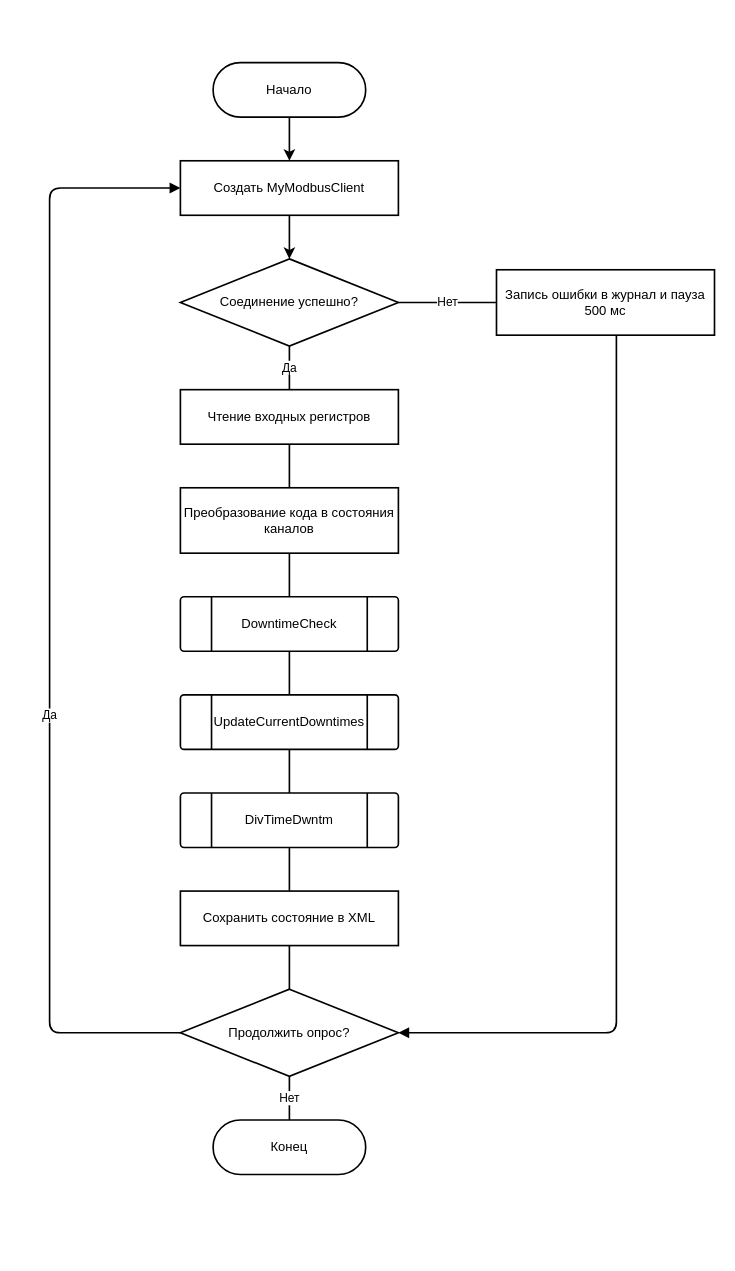
KhasanovAMdev/MyDiagrams keeps this draw.io diagram as page "Page-2" (2 of 5) of diagrams/Untitled Diagram.drawio. Above is the earlier version. Source tidied: cells renumbered, new cells numbered last; positions are measured from the earlier drawing's top-left corner, leaving out a move shared by most shapes. Both pictures are drawn from the tidied source at 109%, with x=0, y=0 at pixel (49, 62).
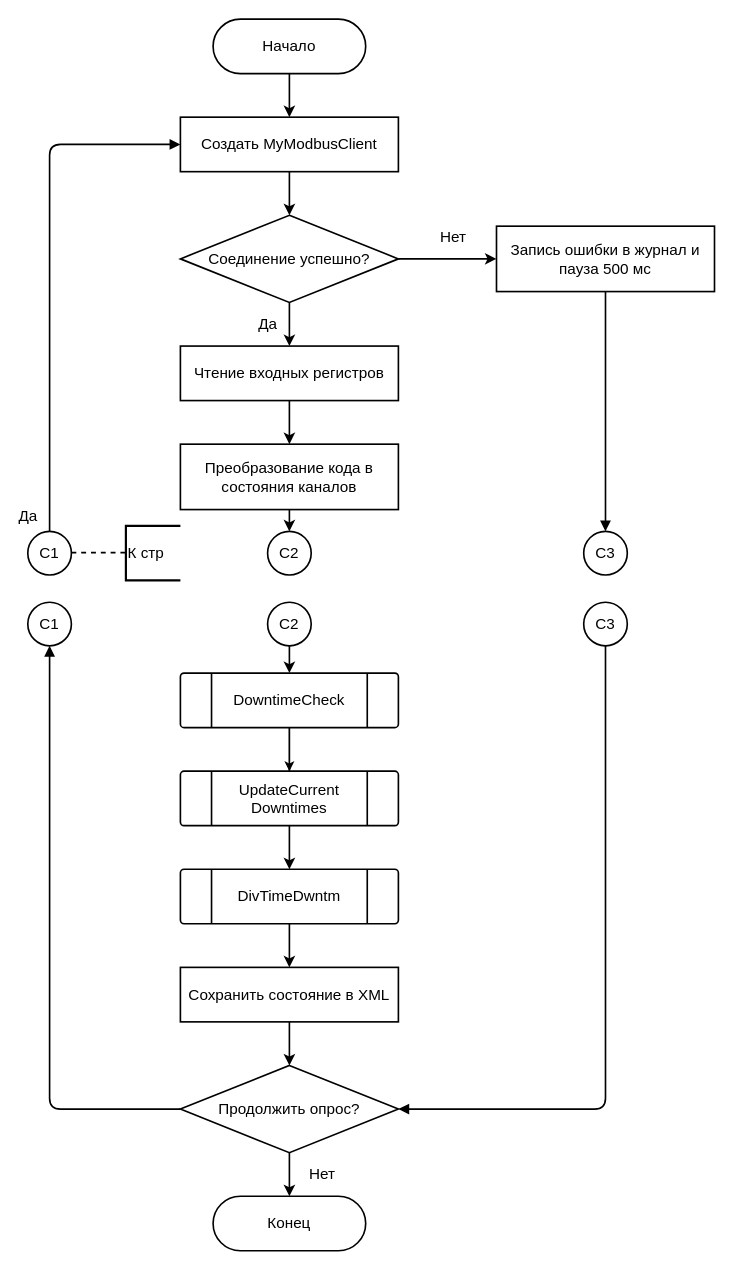
The same page after the edit.

The edit, as a diff of the source:
```diff
@@
-    <mxCell id="2" value="Начало" style="rounded=1;whiteSpace=wrap;html=1;arcSize=50;fillColor=#ffffff;strokeColor=#000000;strokeWidth=1.5;" parent="1" vertex="1">
-      <mxGeometry x="150" width="140" height="50" as="geometry" />
+    <mxCell id="2" value="Начало" style="rounded=1;whiteSpace=wrap;html=1;arcSize=50;fillColor=#ffffff;strokeColor=#000000;strokeWidth=1.5;fontSize=14;" parent="1" vertex="1">
+      <mxGeometry x="150" y="-40" width="140" height="50" as="geometry" />
     </mxCell>
-    <mxCell id="3" value="Создать MyModbusClient" style="rounded=0;whiteSpace=wrap;html=1;fillColor=#ffffff;strokeColor=#000000;strokeWidth=1.5;" parent="1" vertex="1">
-      <mxGeometry x="120" y="90" width="200" height="50" as="geometry" />
+    <mxCell id="3" value="Создать MyModbusClient" style="rounded=0;whiteSpace=wrap;html=1;fillColor=#ffffff;strokeColor=#000000;strokeWidth=1.5;fontSize=14;" parent="1" vertex="1">
+      <mxGeometry x="120" y="50" width="200" height="50" as="geometry" />
     </mxCell>
-    <mxCell id="4" value="Соединение успешно?" style="rhombus;whiteSpace=wrap;html=1;fillColor=#ffffff;strokeColor=#000000;strokeWidth=1.5;" parent="1" vertex="1">
-      <mxGeometry x="120" y="180" width="200" height="80" as="geometry" />
+    <mxCell id="4" value="Соединение успешно?" style="rhombus;whiteSpace=wrap;html=1;fillColor=#ffffff;strokeColor=#000000;strokeWidth=1.5;fontSize=14;" parent="1" vertex="1">
+      <mxGeometry x="120" y="140" width="200" height="80" as="geometry" />
     </mxCell>
-    <mxCell id="5" value="Чтение входных регистров" style="rounded=0;whiteSpace=wrap;html=1;fillColor=#ffffff;strokeColor=#000000;strokeWidth=1.5;" parent="1" vertex="1">
-      <mxGeometry x="120" y="300" width="200" height="50" as="geometry" />
+    <mxCell id="5" value="Чтение входных регистров" style="rounded=0;whiteSpace=wrap;html=1;fillColor=#ffffff;strokeColor=#000000;strokeWidth=1.5;fontSize=14;" parent="1" vertex="1">
+      <mxGeometry x="120" y="260" width="200" height="50" as="geometry" />
     </mxCell>
-    <mxCell id="6" value="Преобразование кода в состояния каналов" style="rounded=0;whiteSpace=wrap;html=1;fillColor=#ffffff;strokeColor=#000000;strokeWidth=1.5;" parent="1" vertex="1">
-      <mxGeometry x="120" y="390" width="200" height="60" as="geometry" />
+    <mxCell id="6" value="Преобразование кода в состояния каналов" style="rounded=0;whiteSpace=wrap;html=1;fillColor=#ffffff;strokeColor=#000000;strokeWidth=1.5;fontSize=14;" parent="1" vertex="1">
+      <mxGeometry x="120" y="350" width="200" height="60" as="geometry" />
     </mxCell>
+    <mxCell id="27" style="edgeStyle=orthogonalEdgeStyle;rounded=0;jettySize=auto;html=1;" parent="1" edge="1" source="7" target="8">
+      <mxGeometry relative="1" as="geometry" />
+    </mxCell>
-    <mxCell id="7" value="DowntimeCheck" style="shape=mxgraph.flowchart.predefined_process;whiteSpace=wrap;html=1;fillColor=#ffffff;strokeColor=#000000;strokeWidth=1.5;" parent="1" vertex="1">
-      <mxGeometry x="120" y="490" width="200" height="50" as="geometry" />
+    <mxCell id="7" value="DowntimeCheck" style="shape=mxgraph.flowchart.predefined_process;whiteSpace=wrap;html=1;fillColor=#ffffff;strokeColor=#000000;strokeWidth=1.5;fontSize=14;" parent="1" vertex="1">
+      <mxGeometry x="120" y="560" width="200" height="50" as="geometry" />
     </mxCell>
-    <mxCell id="8" value="UpdateCurrentDowntimes" style="shape=mxgraph.flowchart.predefined_process;whiteSpace=wrap;html=1;fillColor=#ffffff;strokeColor=#000000;strokeWidth=1.5;" parent="1" vertex="1">
-      <mxGeometry x="120" y="580" width="200" height="50" as="geometry" />
+    <mxCell id="8" value="UpdateCurrent&lt;div&gt;Downtimes&lt;/div&gt;" style="shape=mxgraph.flowchart.predefined_process;whiteSpace=wrap;html=1;fillColor=#ffffff;strokeColor=#000000;strokeWidth=1.5;fontSize=14;" parent="1" vertex="1">
+      <mxGeometry x="120" y="650" width="200" height="50" as="geometry" />
     </mxCell>
-    <mxCell id="9" value="DivTimeDwntm" style="shape=mxgraph.flowchart.predefined_process;whiteSpace=wrap;html=1;fillColor=#ffffff;strokeColor=#000000;strokeWidth=1.5;" parent="1" vertex="1">
-      <mxGeometry x="120" y="670" width="200" height="50" as="geometry" />
+    <mxCell id="9" value="DivTimeDwntm" style="shape=mxgraph.flowchart.predefined_process;whiteSpace=wrap;html=1;fillColor=#ffffff;strokeColor=#000000;strokeWidth=1.5;fontSize=14;" parent="1" vertex="1">
+      <mxGeometry x="120" y="740" width="200" height="50" as="geometry" />
     </mxCell>
-    <mxCell id="10" value="Сохранить состояние в XML" style="rounded=0;whiteSpace=wrap;html=1;fillColor=#ffffff;strokeColor=#000000;strokeWidth=1.5;" parent="1" vertex="1">
-      <mxGeometry x="120" y="760" width="200" height="50" as="geometry" />
+    <mxCell id="10" value="Сохранить состояние в XML" style="rounded=0;whiteSpace=wrap;html=1;fillColor=#ffffff;strokeColor=#000000;strokeWidth=1.5;fontSize=14;" parent="1" vertex="1">
+      <mxGeometry x="120" y="830" width="200" height="50" as="geometry" />
     </mxCell>
-    <mxCell id="11" value="Продолжить опрос?" style="rhombus;whiteSpace=wrap;html=1;fillColor=#ffffff;strokeColor=#000000;strokeWidth=1.5;" parent="1" vertex="1">
-      <mxGeometry x="120" y="850" width="200" height="80" as="geometry" />
+    <mxCell id="11" value="Продолжить опрос?" style="rhombus;whiteSpace=wrap;html=1;fillColor=#ffffff;strokeColor=#000000;strokeWidth=1.5;fontSize=14;" parent="1" vertex="1">
+      <mxGeometry x="120" y="920" width="200" height="80" as="geometry" />
     </mxCell>
-    <mxCell id="12" value="Конец" style="rounded=1;whiteSpace=wrap;html=1;arcSize=50;fillColor=#ffffff;strokeColor=#000000;strokeWidth=1.5;" parent="1" vertex="1">
-      <mxGeometry x="150" y="970" width="140" height="50" as="geometry" />
+    <mxCell id="12" value="Конец" style="rounded=1;whiteSpace=wrap;html=1;arcSize=50;fillColor=#ffffff;strokeColor=#000000;strokeWidth=1.5;fontSize=14;" parent="1" vertex="1">
+      <mxGeometry x="150" y="1040" width="140" height="50" as="geometry" />
     </mxCell>
-    <mxCell id="13" value="Запись ошибки в журнал и пауза 500 мс" style="rounded=0;whiteSpace=wrap;html=1;fillColor=#ffffff;strokeColor=#000000;strokeWidth=1.5;" parent="1" vertex="1">
-      <mxGeometry x="410" y="190" width="200" height="60" as="geometry" />
+    <mxCell id="13" value="Запись ошибки в журнал и пауза 500 мс" style="rounded=0;whiteSpace=wrap;html=1;fillColor=#ffffff;strokeColor=#000000;strokeWidth=1.5;fontSize=14;" parent="1" vertex="1">
+      <mxGeometry x="410" y="150" width="200" height="60" as="geometry" />
     </mxCell>
-    <mxCell id="14" style="edgeStyle=orthogonalEdgeStyle;html=1;strokeWidth=1.5;endArrow=classic;endFill=1;" parent="1" edge="1" source="2" target="3">
+    <mxCell id="14" style="edgeStyle=orthogonalEdgeStyle;html=1;strokeWidth=1.5;endArrow=classic;endFill=1;fontSize=14;" parent="1" edge="1" source="2" target="3">
       <mxGeometry relative="1" as="geometry" />
     </mxCell>
-    <mxCell id="15" style="edgeStyle=orthogonalEdgeStyle;html=1;strokeWidth=1.5;endArrow=classic;endFill=1;" parent="1" edge="1" source="3" target="4">
+    <mxCell id="15" style="edgeStyle=orthogonalEdgeStyle;html=1;strokeWidth=1.5;endArrow=classic;endFill=1;fontSize=14;" parent="1" edge="1" source="3" target="4">
       <mxGeometry relative="1" as="geometry" />
     </mxCell>
-    <mxCell id="16" value="Да" style="edgeStyle=orthogonalEdgeStyle;html=1;strokeWidth=1.5;endArrow=none;labelBackgroundColor=#ffffff;" parent="1" edge="1" source="4" target="5">
-      <mxGeometry relative="1" as="geometry" />
+    <mxCell id="16" value="Да" style="edgeStyle=orthogonalEdgeStyle;html=1;strokeWidth=1.5;endArrow=classic;labelBackgroundColor=#ffffff;fontSize=14;endFill=1;" parent="1" edge="1" source="4" target="5">
+      <mxGeometry y="-20" relative="1" as="geometry" />
     </mxCell>
-    <mxCell id="17" value="Нет" style="edgeStyle=orthogonalEdgeStyle;html=1;strokeWidth=1.5;endArrow=none;labelBackgroundColor=#ffffff;" parent="1" edge="1" source="4" target="13">
-      <mxGeometry relative="1" as="geometry" />
+    <mxCell id="17" value="Нет" style="edgeStyle=orthogonalEdgeStyle;html=1;strokeWidth=1.5;endArrow=classic;labelBackgroundColor=#ffffff;fontSize=14;endFill=1;" parent="1" edge="1" source="4" target="13">
+      <mxGeometry x="0.11" y="20" relative="1" as="geometry" />
     </mxCell>
-    <mxCell id="18" style="edgeStyle=orthogonalEdgeStyle;html=1;strokeWidth=1.5;endArrow=block;endFill=1;" parent="1" edge="1" source="13" target="11">
-      <mxGeometry relative="1" as="geometry">
+    <mxCell id="18" style="edgeStyle=orthogonalEdgeStyle;html=1;strokeWidth=1.5;endArrow=block;endFill=1;fontSize=14;exitX=0.5;exitY=1;exitDx=0;exitDy=0;" parent="1" edge="1" source="36" target="11">
+      <mxGeometry x="-0.03" relative="1" as="geometry">
         <Array as="points">
-          <mxPoint x="520" y="890" />
+          <mxPoint x="510" y="960" />
         </Array>
       </mxGeometry>
     </mxCell>
-    <mxCell id="19" style="edgeStyle=orthogonalEdgeStyle;html=1;strokeWidth=1.5;endArrow=none;" parent="1" edge="1" source="5" target="6">
+    <mxCell id="19" style="edgeStyle=orthogonalEdgeStyle;html=1;strokeWidth=1.5;endArrow=classic;fontSize=14;endFill=1;" parent="1" edge="1" source="5" target="6">
       <mxGeometry relative="1" as="geometry" />
     </mxCell>
-    <mxCell id="20" style="edgeStyle=orthogonalEdgeStyle;html=1;strokeWidth=1.5;endArrow=none;" parent="1" edge="1" source="6" target="7">
+    <mxCell id="20" style="edgeStyle=orthogonalEdgeStyle;html=1;strokeWidth=1.5;endArrow=classic;fontSize=14;endFill=1;" parent="1" edge="1" source="28" target="7">
       <mxGeometry relative="1" as="geometry" />
     </mxCell>
-    <mxCell id="21" style="edgeStyle=orthogonalEdgeStyle;html=1;strokeWidth=1.5;endArrow=none;" parent="1" edge="1" source="7" target="8">
+    <mxCell id="21" style="edgeStyle=orthogonalEdgeStyle;html=1;strokeWidth=1.5;endArrow=none;fontSize=14;" parent="1" edge="1" source="7" target="8">
       <mxGeometry relative="1" as="geometry" />
     </mxCell>
-    <mxCell id="22" style="edgeStyle=orthogonalEdgeStyle;html=1;strokeWidth=1.5;endArrow=none;" parent="1" edge="1" source="8" target="9">
+    <mxCell id="22" style="edgeStyle=orthogonalEdgeStyle;html=1;strokeWidth=1.5;endArrow=classic;fontSize=14;endFill=1;" parent="1" edge="1" source="8" target="9">
       <mxGeometry relative="1" as="geometry" />
     </mxCell>
-    <mxCell id="23" style="edgeStyle=orthogonalEdgeStyle;html=1;strokeWidth=1.5;endArrow=none;" parent="1" edge="1" source="9" target="10">
+    <mxCell id="23" style="edgeStyle=orthogonalEdgeStyle;html=1;strokeWidth=1.5;endArrow=classic;fontSize=14;endFill=1;" parent="1" edge="1" source="9" target="10">
       <mxGeometry relative="1" as="geometry" />
     </mxCell>
-    <mxCell id="24" style="edgeStyle=orthogonalEdgeStyle;html=1;strokeWidth=1.5;endArrow=none;" parent="1" edge="1" source="10" target="11">
+    <mxCell id="24" style="edgeStyle=orthogonalEdgeStyle;html=1;strokeWidth=1.5;endArrow=classic;fontSize=14;endFill=1;" parent="1" edge="1" source="10" target="11">
       <mxGeometry relative="1" as="geometry" />
     </mxCell>
-    <mxCell id="25" value="Да" style="edgeStyle=orthogonalEdgeStyle;html=1;strokeWidth=1.5;endArrow=block;endFill=1;labelBackgroundColor=#ffffff;" parent="1" edge="1" source="11" target="3">
-      <mxGeometry x="-0.19" relative="1" as="geometry">
+    <mxCell id="25" value="Да" style="edgeStyle=orthogonalEdgeStyle;html=1;strokeWidth=1.5;endArrow=block;endFill=1;labelBackgroundColor=#ffffff;fontSize=14;" parent="1" edge="1" source="29" target="3">
+      <mxGeometry x="-0.94" y="20" relative="1" as="geometry">
         <Array as="points">
-          <mxPoint y="890" />
-          <mxPoint y="115" />
+          <mxPoint y="75" />
         </Array>
       </mxGeometry>
     </mxCell>
-    <mxCell id="26" value="Нет" style="edgeStyle=orthogonalEdgeStyle;html=1;strokeWidth=1.5;endArrow=none;labelBackgroundColor=#ffffff;" parent="1" edge="1" source="11" target="12">
-      <mxGeometry relative="1" as="geometry" />
+    <mxCell id="26" value="Нет" style="edgeStyle=orthogonalEdgeStyle;html=1;strokeWidth=1.5;endArrow=classic;labelBackgroundColor=#ffffff;fontSize=14;endFill=1;" parent="1" edge="1" source="11" target="12">
+      <mxGeometry y="30" relative="1" as="geometry" />
     </mxCell>
+    <mxCell id="28" value="С2" style="ellipse;whiteSpace=wrap;html=1;shapeInside=1;strokeColor=#000000;strokeWidth=1.5;align=center;verticalAlign=middle;fontFamily=Helvetica;fontSize=14;fontColor=default;fillColor=#ffffff;" parent="1" vertex="1">
+      <mxGeometry x="200" y="495" width="40" height="40" as="geometry" />
+    </mxCell>
+    <mxCell id="29" value="С1" style="ellipse;whiteSpace=wrap;html=1;shapeInside=1;strokeColor=#000000;strokeWidth=1.5;align=center;verticalAlign=middle;fontFamily=Helvetica;fontSize=14;fontColor=default;fillColor=#ffffff;" parent="1" vertex="1">
+      <mxGeometry x="-20" y="430" width="40" height="40" as="geometry" />
+    </mxCell>
+    <mxCell id="30" style="edgeStyle=orthogonalEdgeStyle;html=1;strokeWidth=1.5;endArrow=block;endFill=1;fontSize=14;" parent="1" edge="1" source="13" target="31">
+      <mxGeometry x="0.07" relative="1" as="geometry" />
+    </mxCell>
+    <mxCell id="31" value="С3" style="ellipse;whiteSpace=wrap;html=1;shapeInside=1;strokeColor=#000000;strokeWidth=1.5;align=center;verticalAlign=middle;fontFamily=Helvetica;fontSize=14;fontColor=default;fillColor=#ffffff;" parent="1" vertex="1">
+      <mxGeometry x="490" y="430" width="40" height="40" as="geometry" />
+    </mxCell>
+    <mxCell id="32" style="edgeStyle=orthogonalEdgeStyle;html=1;strokeWidth=1.5;endArrow=classic;fontSize=14;endFill=1;" parent="1" edge="1" source="6" target="33">
+      <mxGeometry relative="1" as="geometry" />
+    </mxCell>
+    <mxCell id="33" value="С2" style="ellipse;whiteSpace=wrap;html=1;shapeInside=1;strokeColor=#000000;strokeWidth=1.5;align=center;verticalAlign=middle;fontFamily=Helvetica;fontSize=14;fontColor=default;fillColor=#ffffff;" parent="1" vertex="1">
+      <mxGeometry x="200" y="430" width="40" height="40" as="geometry" />
+    </mxCell>
+    <mxCell id="34" style="edgeStyle=orthogonalEdgeStyle;html=1;strokeWidth=1.5;endArrow=block;endFill=1;labelBackgroundColor=#ffffff;fontSize=14;" parent="1" edge="1" source="11" target="35">
+      <mxGeometry x="-0.94" y="20" relative="1" as="geometry">
+        <Array as="points">
+          <mxPoint y="960" />
+        </Array>
+      </mxGeometry>
+    </mxCell>
+    <mxCell id="35" value="С1" style="ellipse;whiteSpace=wrap;html=1;shapeInside=1;strokeColor=#000000;strokeWidth=1.5;align=center;verticalAlign=middle;fontFamily=Helvetica;fontSize=14;fontColor=default;fillColor=#ffffff;" parent="1" vertex="1">
+      <mxGeometry x="-20" y="495" width="40" height="40" as="geometry" />
+    </mxCell>
+    <mxCell id="36" value="С3" style="ellipse;whiteSpace=wrap;html=1;shapeInside=1;strokeColor=#000000;strokeWidth=1.5;align=center;verticalAlign=middle;fontFamily=Helvetica;fontSize=14;fontColor=default;fillColor=#ffffff;" parent="1" vertex="1">
+      <mxGeometry x="490" y="495" width="40" height="40" as="geometry" />
+    </mxCell>
+    <mxCell id="37" style="edgeStyle=orthogonalEdgeStyle;html=1;strokeWidth=1.5;endArrow=none;endFill=0;fontSize=14;dashed=1;" parent="1" edge="1">
+      <mxGeometry relative="1" as="geometry">
+        <mxPoint x="20" y="449.5" as="sourcePoint" />
+        <mxPoint x="70" y="449.5" as="targetPoint" />
+      </mxGeometry>
+    </mxCell>
+    <mxCell id="38" value="К стр" style="strokeWidth=2;html=1;shape=mxgraph.flowchart.annotation_1;align=left;strokeColor=#000000;verticalAlign=middle;fontFamily=Helvetica;fontSize=14;fontColor=default;fillColor=#ffffff;" parent="1" vertex="1">
+      <mxGeometry x="70" y="425" width="50" height="50" as="geometry" />
+    </mxCell>
```
